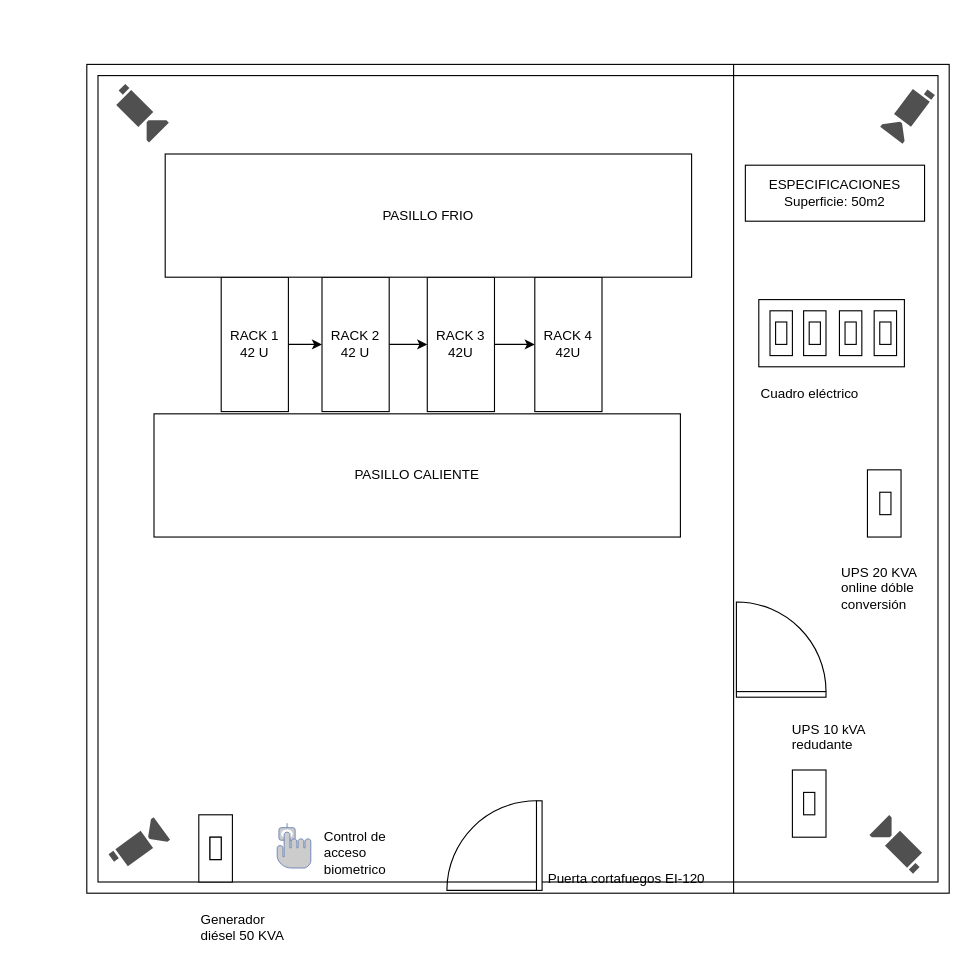
The draw.io diagram Diagrama sin título.drawio in JaimeVijuesca/seas, before the edit. Source tidied: cells renumbered, new cells numbered last; positions are measured from the earlier drawing's top-left corner, leaving out a move shared by most shapes. Both pictures are drawn from the tidied source at 112%, with x=0, y=0 at pixel (86, 64).
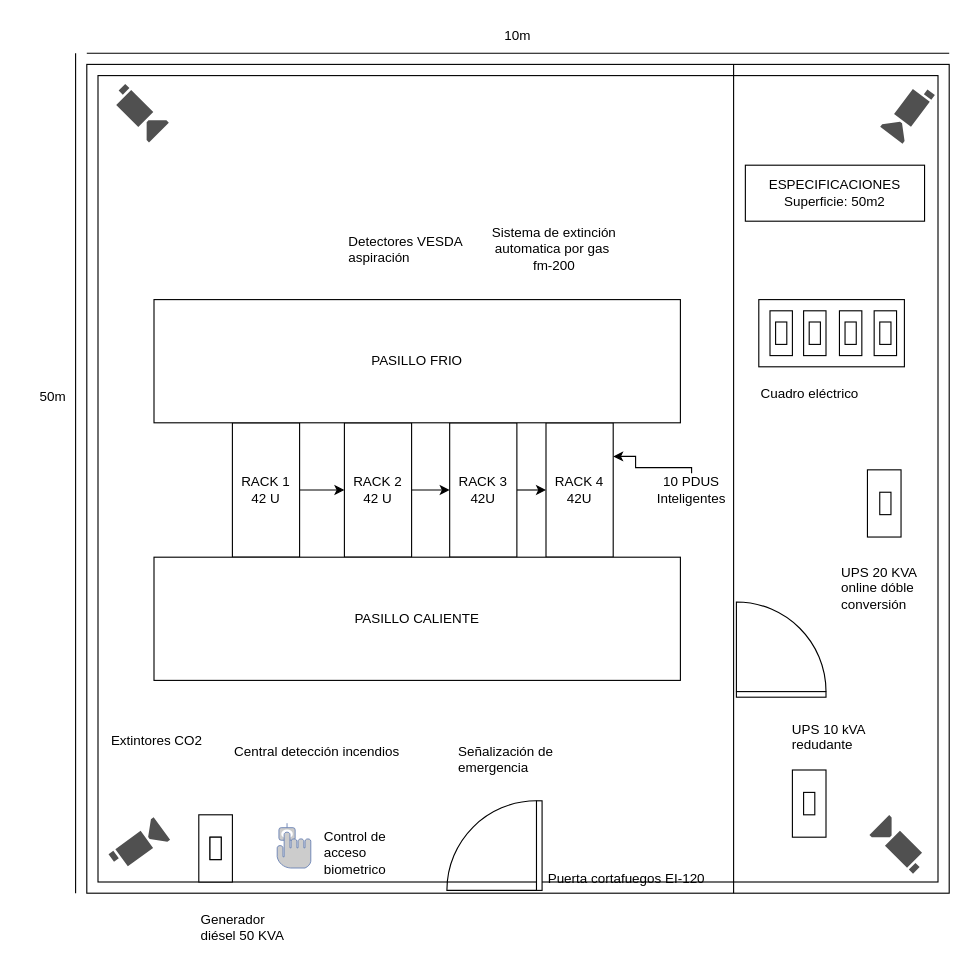
The same page after the edit.

Diff of the diagram source:
```diff
@@
     <mxCell id="13" value="RACK 1&lt;div&gt;42 U&lt;/div&gt;" style="rounded=0;whiteSpace=wrap;html=1;" parent="1" vertex="1">
-      <mxGeometry x="120" y="190" width="60" height="120" as="geometry" />
+      <mxGeometry x="130" y="320" width="60" height="120" as="geometry" />
     </mxCell>
@@
     <mxCell id="15" value="RACK 2&lt;div&gt;42 U&lt;/div&gt;" style="rounded=0;whiteSpace=wrap;html=1;" parent="1" vertex="1">
-      <mxGeometry x="210" y="190" width="60" height="120" as="geometry" />
+      <mxGeometry x="230" y="320" width="60" height="120" as="geometry" />
     </mxCell>
@@
     <mxCell id="17" value="RACK 3&lt;div&gt;42U&lt;/div&gt;" style="rounded=0;whiteSpace=wrap;html=1;" parent="1" vertex="1">
-      <mxGeometry x="304" y="190" width="60" height="120" as="geometry" />
+      <mxGeometry x="324" y="320" width="60" height="120" as="geometry" />
     </mxCell>
     <mxCell id="18" value="RACK 4&lt;div&gt;42U&lt;/div&gt;" style="rounded=0;whiteSpace=wrap;html=1;" parent="1" vertex="1">
-      <mxGeometry x="400" y="190" width="60" height="120" as="geometry" />
+      <mxGeometry x="410" y="320" width="60" height="120" as="geometry" />
     </mxCell>
     <mxCell id="19" value="PASILLO FRIO" style="rounded=0;whiteSpace=wrap;html=1;" parent="1" vertex="1">
-      <mxGeometry x="70" y="80" width="470" height="110" as="geometry" />
+      <mxGeometry x="60" y="210" width="470" height="110" as="geometry" />
     </mxCell>
@@
     <mxCell id="21" value="PASILLO CALIENTE" style="rounded=0;whiteSpace=wrap;html=1;" parent="1" vertex="1">
-      <mxGeometry x="60" y="312" width="470" height="110" as="geometry" />
+      <mxGeometry x="60" y="440" width="470" height="110" as="geometry" />
     </mxCell>
@@
+    <mxCell id="45" style="endArrow=none;html=1;rounded=0;" parent="1" edge="1">
+      <mxGeometry relative="1" as="geometry">
+        <mxPoint y="-10" as="sourcePoint" />
+        <mxPoint x="770" y="-10" as="targetPoint" />
+      </mxGeometry>
+    </mxCell>
+    <mxCell id="46" value="10m" style="text;html=1;whiteSpace=wrap;strokeColor=none;fillColor=none;align=center;verticalAlign=middle;rounded=0;" parent="1" vertex="1">
+      <mxGeometry x="355" y="-40" width="60" height="30" as="geometry" />
+    </mxCell>
+    <mxCell id="47" style="endArrow=none;html=1;rounded=0;" parent="1" edge="1">
+      <mxGeometry relative="1" as="geometry">
+        <mxPoint x="-10" y="-10" as="sourcePoint" />
+        <mxPoint x="-10" y="740" as="targetPoint" />
+      </mxGeometry>
+    </mxCell>
+    <mxCell id="48" value="50m" style="text;html=1;whiteSpace=wrap;strokeColor=none;fillColor=none;align=center;verticalAlign=middle;rounded=0;" parent="1" vertex="1">
+      <mxGeometry x="-60" y="282" width="60" height="30" as="geometry" />
+    </mxCell>
+    <mxCell id="49" style="edgeStyle=orthogonalEdgeStyle;rounded=0;jettySize=auto;html=1;exitX=0.5;exitY=0;exitDx=0;exitDy=0;entryX=1;entryY=0.25;entryDx=0;entryDy=0;" parent="1" edge="1" source="50" target="18">
+      <mxGeometry relative="1" as="geometry">
+        <Array as="points">
+          <mxPoint x="540" y="360" />
+          <mxPoint x="490" y="360" />
+          <mxPoint x="490" y="350" />
+        </Array>
+      </mxGeometry>
+    </mxCell>
+    <mxCell id="50" value="10 PDUS Inteligentes" style="text;html=1;whiteSpace=wrap;strokeColor=none;fillColor=none;align=center;verticalAlign=middle;rounded=0;" parent="1" vertex="1">
+      <mxGeometry x="510" y="365" width="60" height="30" as="geometry" />
+    </mxCell>
+    <mxCell id="51" value="Sistema de extinción automatica por gas&amp;nbsp; fm-200" style="text;html=1;whiteSpace=wrap;strokeColor=none;fillColor=none;align=center;verticalAlign=middle;rounded=0;" parent="1" vertex="1">
+      <mxGeometry x="355" y="150" width="125" height="30" as="geometry" />
+    </mxCell>
+    <mxCell id="52" value="Detectores VESDA aspiración" style="text;whiteSpace=wrap;html=1;" parent="1" vertex="1">
+      <mxGeometry x="232" y="145" width="126" height="40" as="geometry" />
+    </mxCell>
+    <mxCell id="53" value="Extintores CO2" style="text;whiteSpace=wrap;html=1;" parent="1" vertex="1">
+      <mxGeometry x="20" y="590" width="110" height="40" as="geometry" />
+    </mxCell>
+    <mxCell id="54" value="Señalización de emergencia" style="text;whiteSpace=wrap;html=1;" parent="1" vertex="1">
+      <mxGeometry x="330" y="600" width="110" height="40" as="geometry" />
+    </mxCell>
+    <mxCell id="55" value="Central detección incendios" style="text;whiteSpace=wrap;html=1;" parent="1" vertex="1">
+      <mxGeometry x="130" y="600" width="180" height="40" as="geometry" />
+    </mxCell>
```
